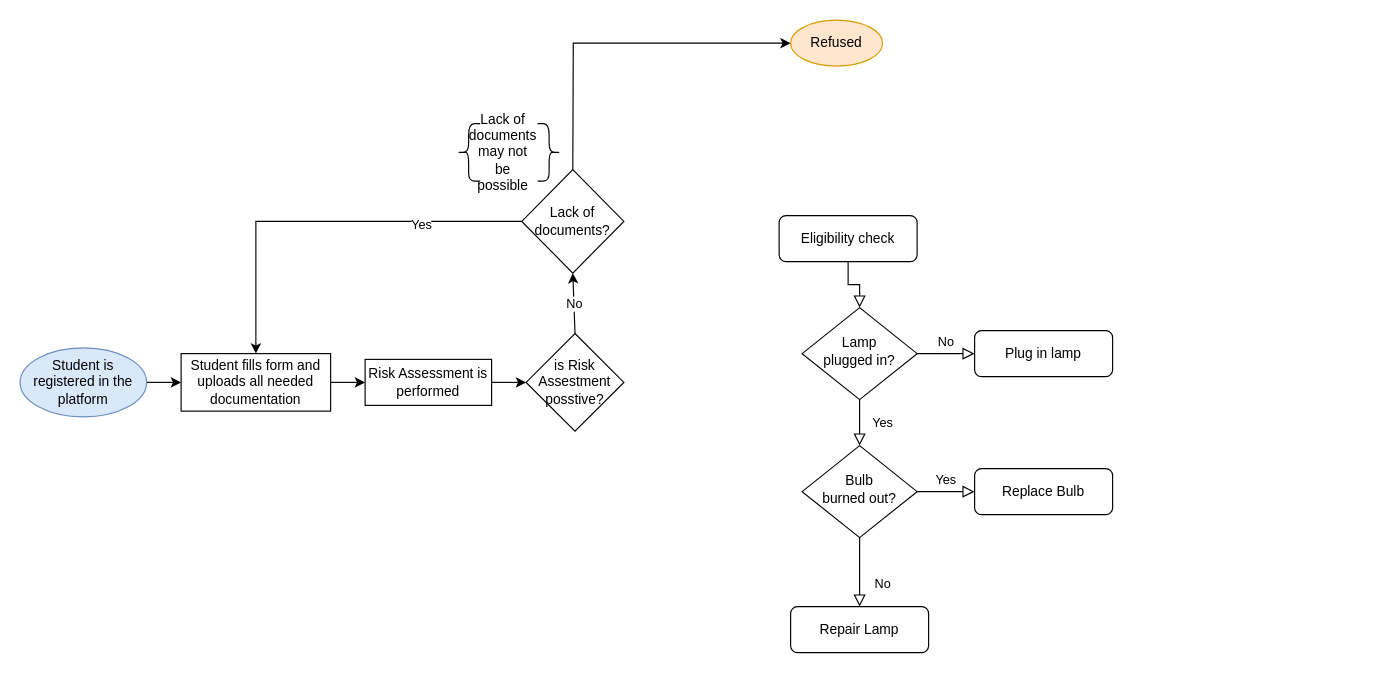
Above: Untitled Diagram.drawio in Skeith00/SRepository (draw.io), before the change. Source tidied: cells renumbered, new cells numbered last; positions are measured from the earlier drawing's top-left corner, leaving out a move shared by most shapes. Both pictures are drawn from the tidied source at 115%, with x=0, y=0 at pixel (20, 20).
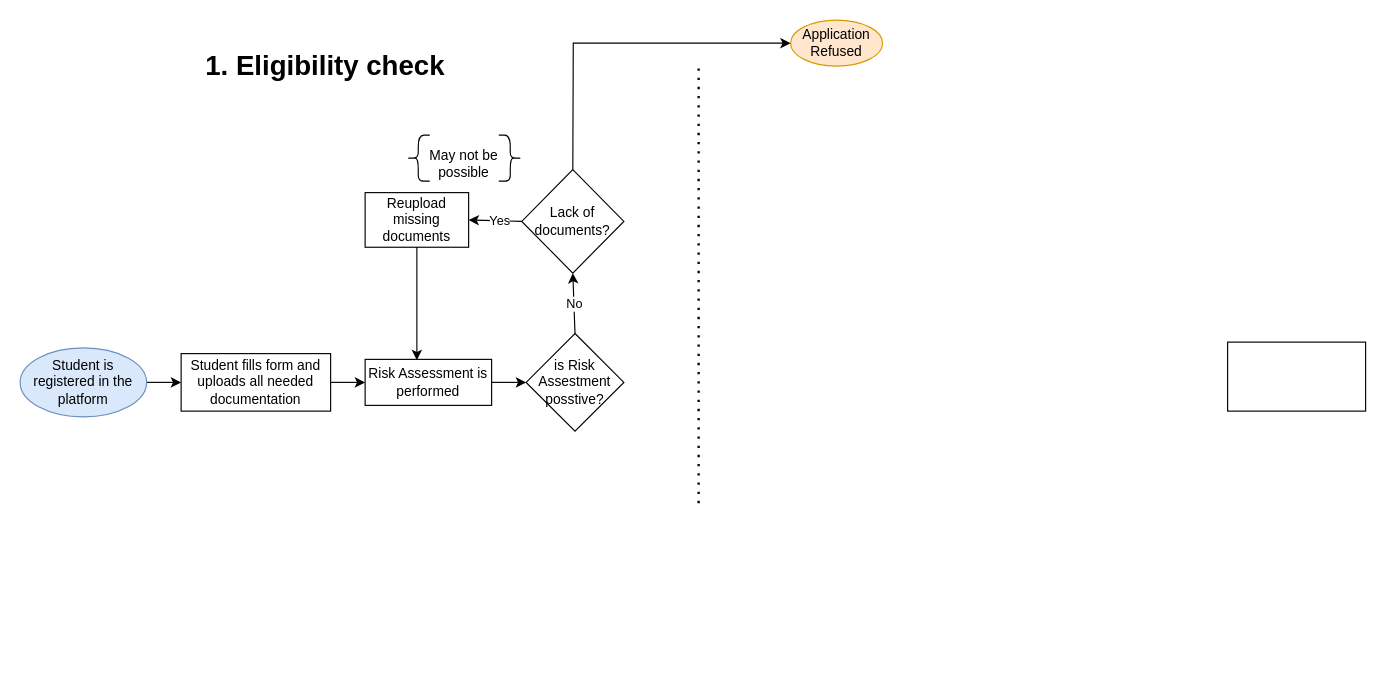
Above is the later version.

The change refers to these unchanged cells:
```xml
<mxCell id="13" value="Student fills form and uploads all needed documentation" style="rounded=0;whiteSpace=wrap;html=1;" parent="1" vertex="1">
  <mxGeometry x="140" y="290" width="130" height="50" as="geometry" />
</mxCell>
<mxCell id="15" value="Risk Assessment is performed" style="rounded=0;whiteSpace=wrap;html=1;" parent="1" vertex="1">
  <mxGeometry x="300" y="295" width="110" height="40" as="geometry" />
</mxCell>
<mxCell id="21" value="Lack of documents?" style="rhombus;whiteSpace=wrap;html=1;" parent="1" vertex="1">
  <mxGeometry x="436.2" y="130" width="88.8" height="90" as="geometry" />
</mxCell>
```

The edit, as a diff of the source:
```diff
@@
-    <mxCell id="2" style="rounded=0;html=1;jettySize=auto;fontSize=11;endArrow=block;endFill=0;endSize=8;strokeWidth=1;shadow=0;labelBackgroundColor=none;edgeStyle=orthogonalEdgeStyle;" parent="1" edge="1" source="3" target="6">
-      <mxGeometry relative="1" as="geometry" />
-    </mxCell>
-    <mxCell id="3" value="Eligibility check" style="rounded=1;whiteSpace=wrap;html=1;fontSize=12;glass=0;strokeWidth=1;shadow=0;" parent="1" vertex="1">
-      <mxGeometry x="660" y="170" width="120" height="40" as="geometry" />
-    </mxCell>
-    <mxCell id="4" value="Yes" style="rounded=0;html=1;jettySize=auto;fontSize=11;endArrow=block;endFill=0;endSize=8;strokeWidth=1;shadow=0;labelBackgroundColor=none;edgeStyle=orthogonalEdgeStyle;" parent="1" edge="1" source="6" target="10">
-      <mxGeometry y="20" relative="1" as="geometry" />
-    </mxCell>
-    <mxCell id="5" value="No" style="edgeStyle=orthogonalEdgeStyle;rounded=0;html=1;jettySize=auto;fontSize=11;endArrow=block;endFill=0;endSize=8;strokeWidth=1;shadow=0;labelBackgroundColor=none;" parent="1" edge="1" source="6" target="7">
-      <mxGeometry y="10" relative="1" as="geometry" />
-    </mxCell>
-    <mxCell id="6" value="Lamp&lt;br&gt;plugged in?" style="rhombus;whiteSpace=wrap;html=1;shadow=0;fontFamily=Helvetica;fontSize=12;align=center;strokeWidth=1;spacing=6;spacingTop=-4;" parent="1" vertex="1">
-      <mxGeometry x="680" y="250" width="100" height="80" as="geometry" />
-    </mxCell>
-    <mxCell id="7" value="Plug in lamp" style="rounded=1;whiteSpace=wrap;html=1;fontSize=12;glass=0;strokeWidth=1;shadow=0;" parent="1" vertex="1">
-      <mxGeometry x="830" y="270" width="120" height="40" as="geometry" />
-    </mxCell>
-    <mxCell id="8" value="No" style="rounded=0;html=1;jettySize=auto;fontSize=11;endArrow=block;endFill=0;endSize=8;strokeWidth=1;shadow=0;labelBackgroundColor=none;edgeStyle=orthogonalEdgeStyle;" parent="1" edge="1" source="10" target="11">
-      <mxGeometry x="0.33" y="20" relative="1" as="geometry" />
-    </mxCell>
-    <mxCell id="9" value="Yes" style="edgeStyle=orthogonalEdgeStyle;rounded=0;html=1;jettySize=auto;fontSize=11;endArrow=block;endFill=0;endSize=8;strokeWidth=1;shadow=0;labelBackgroundColor=none;" parent="1" edge="1" source="10" target="12">
-      <mxGeometry y="10" relative="1" as="geometry" />
-    </mxCell>
-    <mxCell id="10" value="Bulb&lt;br&gt;burned out?" style="rhombus;whiteSpace=wrap;html=1;shadow=0;fontFamily=Helvetica;fontSize=12;align=center;strokeWidth=1;spacing=6;spacingTop=-4;" parent="1" vertex="1">
-      <mxGeometry x="680" y="370" width="100" height="80" as="geometry" />
-    </mxCell>
-    <mxCell id="11" value="Repair Lamp" style="rounded=1;whiteSpace=wrap;html=1;fontSize=12;glass=0;strokeWidth=1;shadow=0;" parent="1" vertex="1">
-      <mxGeometry x="670" y="510" width="120" height="40" as="geometry" />
-    </mxCell>
-    <mxCell id="12" value="Replace Bulb" style="rounded=1;whiteSpace=wrap;html=1;fontSize=12;glass=0;strokeWidth=1;shadow=0;" parent="1" vertex="1">
-      <mxGeometry x="830" y="390" width="120" height="40" as="geometry" />
-    </mxCell>
@@
-    <mxCell id="22" style="endArrow=classic;html=1;rounded=0;labelBorderColor=none;exitX=0;exitY=0.5;exitDx=0;exitDy=0;entryX=0.5;entryY=0;entryDx=0;entryDy=0;" parent="1" edge="1" source="21" target="13">
-      <mxGeometry relative="1" as="geometry">
-        <Array as="points">
-          <mxPoint x="205" y="175" />
-        </Array>
-      </mxGeometry>
+    <mxCell id="22" style="endArrow=classic;html=1;rounded=0;labelBorderColor=none;exitX=0;exitY=0.5;exitDx=0;exitDy=0;entryX=1;entryY=0.5;entryDx=0;entryDy=0;" parent="1" edge="1" source="21" target="29">
+      <mxGeometry relative="1" as="geometry" />
     </mxCell>
     <mxCell id="23" value="Yes" style="edgeLabel;html=1;align=center;verticalAlign=middle;" parent="22" vertex="1">
-      <mxGeometry x="-0.49" y="2" relative="1" as="geometry" />
+      <mxGeometry x="-0.49" y="2" relative="1" as="geometry">
+        <mxPoint x="-8" y="-2" as="offset" />
+      </mxGeometry>
     </mxCell>
-    <mxCell id="24" value="Refused" style="ellipse;whiteSpace=wrap;html=1;fillColor=#ffe6cc;strokeColor=#d79b00;" parent="1" vertex="1">
+    <mxCell id="24" value="Application Refused" style="ellipse;whiteSpace=wrap;html=1;fillColor=#ffe6cc;strokeColor=#d79b00;" parent="1" vertex="1">
       <mxGeometry x="670" width="80" height="40" as="geometry" />
     </mxCell>
@@
     <mxCell id="26" style="shape=curlyBracket;whiteSpace=wrap;html=1;rounded=1;flipH=1;labelPosition=right;verticalLabelPosition=middle;align=left;verticalAlign=middle;" parent="1" vertex="1">
-      <mxGeometry x="450" y="90" width="20" height="50" as="geometry" />
+      <mxGeometry x="416.2" y="100" width="20" height="40" as="geometry" />
     </mxCell>
     <mxCell id="27" style="shape=curlyBracket;whiteSpace=wrap;html=1;rounded=1;labelPosition=left;verticalLabelPosition=middle;align=right;verticalAlign=middle;" parent="1" vertex="1">
-      <mxGeometry x="380" y="90" width="20" height="50" as="geometry" />
+      <mxGeometry x="336.2" y="100" width="20" height="40" as="geometry" />
     </mxCell>
-    <mxCell id="28" value="Lack of documents may not be possible" style="text;html=1;strokeColor=none;fillColor=none;align=center;verticalAlign=middle;whiteSpace=wrap;rounded=0;" parent="1" vertex="1">
-      <mxGeometry x="390" y="100" width="60" height="30" as="geometry" />
+    <mxCell id="28" value="May not be possible" style="text;html=1;strokeColor=none;fillColor=none;align=center;verticalAlign=middle;whiteSpace=wrap;rounded=0;" parent="1" vertex="1">
+      <mxGeometry x="346.2" y="115" width="80" height="20" as="geometry" />
     </mxCell>
+    <mxCell id="29" value="Reupload missing documents" style="rounded=0;whiteSpace=wrap;html=1;" parent="1" vertex="1">
+      <mxGeometry x="300" y="150" width="90" height="47.5" as="geometry" />
+    </mxCell>
+    <mxCell id="30" style="endArrow=classic;html=1;rounded=0;labelBorderColor=none;exitX=0.5;exitY=1;exitDx=0;exitDy=0;entryX=0.409;entryY=0.017;entryDx=0;entryDy=0;entryPerimeter=0;" parent="1" edge="1" source="29" target="15">
+      <mxGeometry relative="1" as="geometry" />
+    </mxCell>
+    <mxCell id="31" style="rounded=0;whiteSpace=wrap;html=1;" parent="1" vertex="1">
+      <mxGeometry x="1050" y="280" width="120" height="60" as="geometry" />
+    </mxCell>
+    <mxCell id="32" value="1. Eligibility check" style="text;strokeColor=none;fillColor=none;html=1;fontSize=24;fontStyle=1;verticalAlign=middle;align=center;" parent="1" vertex="1">
+      <mxGeometry x="140" y="20" width="250" height="40" as="geometry" />
+    </mxCell>
+    <mxCell id="33" style="endArrow=none;dashed=1;html=1;dashPattern=1 3;strokeWidth=2;rounded=0;labelBorderColor=none;" parent="1" edge="1">
+      <mxGeometry relative="1" as="geometry">
+        <mxPoint x="590" y="420" as="sourcePoint" />
+        <mxPoint x="590" y="40" as="targetPoint" />
+      </mxGeometry>
+    </mxCell>
```
